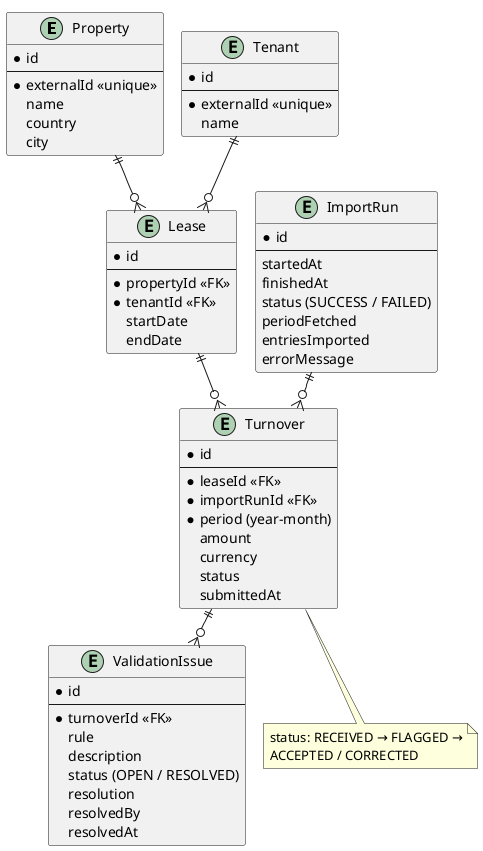
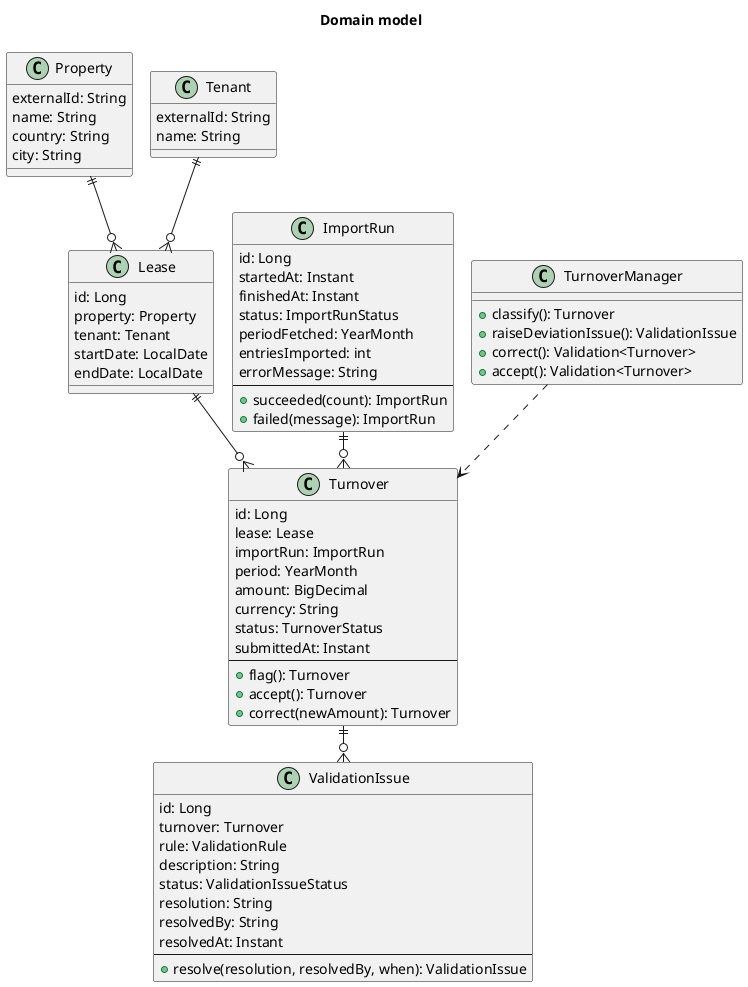
@startuml domain-model
+ title Domain model
!pragma layout smetana
skinparam shadowing false
skinparam linetype ortho
skinparam nodesep 80
skinparam ranksep 70

- entity Property {
-   * id
-   --
-   * externalId <<unique>>
-   name
-   country
-   city
+ class Property {
+   externalId: String
+   name: String
+   country: String
+   city: String
}

- entity Tenant {
-   * id
-   --
-   * externalId <<unique>>
-   name
+ class Tenant {
+   externalId: String
+   name: String
}

- entity Lease {
-   * id
-   --
-   * propertyId <<FK>>
-   * tenantId <<FK>>
-   startDate
-   endDate
+ class Lease {
+   id: Long
+   property: Property
+   tenant: Tenant
+   startDate: LocalDate
+   endDate: LocalDate
}

- entity Turnover {
-   * id
+ class Turnover {
+   id: Long
+   lease: Lease
+   importRun: ImportRun
+   period: YearMonth
+   amount: BigDecimal
+   currency: String
+   status: TurnoverStatus
+   submittedAt: Instant
  --
-   * leaseId <<FK>>
-   * importRunId <<FK>>
-   * period (year-month)
-   amount
-   currency
-   status
-   submittedAt
+   +flag(): Turnover
+   +accept(): Turnover
+   +correct(newAmount): Turnover
}

- entity ValidationIssue {
-   * id
+ class ValidationIssue {
+   id: Long
+   turnover: Turnover
+   rule: ValidationRule
+   description: String
+   status: ValidationIssueStatus
+   resolution: String
+   resolvedBy: String
+   resolvedAt: Instant
  --
-   * turnoverId <<FK>>
-   rule
-   description
-   status (OPEN / RESOLVED)
-   resolution
-   resolvedBy
-   resolvedAt
+   +resolve(resolution, resolvedBy, when): ValidationIssue
}

- entity ImportRun {
-   * id
+ class ImportRun {
+   id: Long
+   startedAt: Instant
+   finishedAt: Instant
+   status: ImportRunStatus
+   periodFetched: YearMonth
+   entriesImported: int
+   errorMessage: String
  --
-   startedAt
-   finishedAt
-   status (SUCCESS / FAILED)
-   periodFetched
-   entriesImported
-   errorMessage
+   +succeeded(count): ImportRun
+   +failed(message): ImportRun
+ }
+ 
+ class TurnoverManager {
+   +classify(): Turnover
+   +raiseDeviationIssue(): ValidationIssue
+   +correct(): Validation<Turnover>
+   +accept(): Validation<Turnover>
}

Property ||--o{ Lease
Tenant ||--o{ Lease
Lease ||--o{ Turnover
+ ImportRun ||--o{ Turnover
Turnover ||--o{ ValidationIssue
- ImportRun ||--o{ Turnover
- 
- note bottom of Turnover
-   status: RECEIVED → FLAGGED →
-   ACCEPTED / CORRECTED
- end note
+ TurnoverManager ..> Turnover

@enduml
